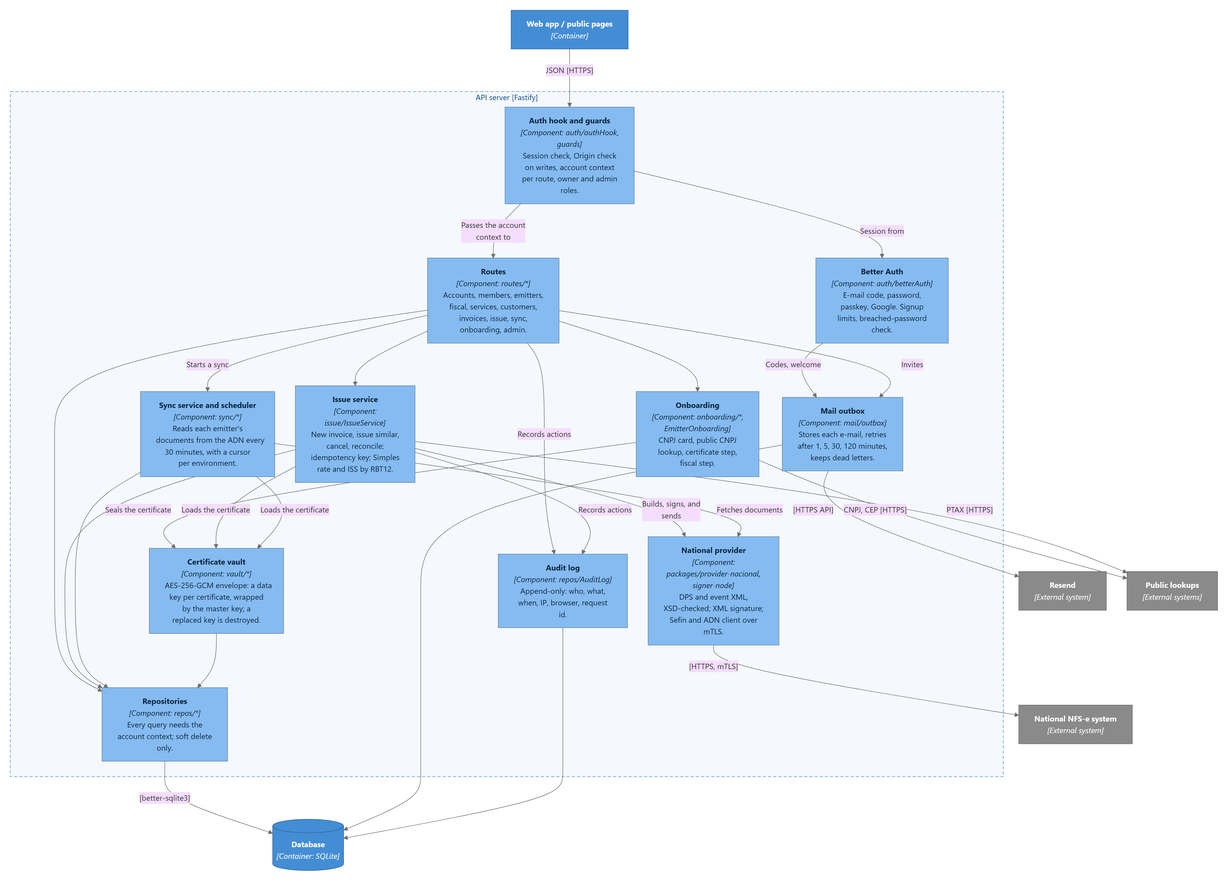
Before: docs/ENGINEERING/ARCHITECTURE/diagrams/c4-3-server-components.png, a diagram exported from Mermaid (Vapulab/notaflow). Its source is kept beside it as docs/ENGINEERING/ARCHITECTURE/diagrams/c4-3-server-components.mmd. The source it was exported from:
```mermaid
flowchart TB
  web["<b>Web app / public pages</b><br/><i>[Container]</i>"]

  subgraph boundary["API server [Fastify]"]
    direction TB
    authhook["<b>Auth hook and guards</b><br/><i>[Component: auth/authHook, guards]</i><br/>Session check, Origin check on writes, account context per route, owner and admin roles."]
    betterauth["<b>Better Auth</b><br/><i>[Component: auth/betterAuth]</i><br/>E-mail code, password, passkey, Google. Signup limits, breached-password check."]
    routes["<b>Routes</b><br/><i>[Component: routes/*]</i><br/>Accounts, members, emitters, fiscal, services, customers, invoices, issue, sync, onboarding, admin."]
    onboarding["<b>Onboarding</b><br/><i>[Component: onboarding/*, EmitterOnboarding]</i><br/>CNPJ card, public CNPJ lookup, certificate step, fiscal step."]
    issue["<b>Issue service</b><br/><i>[Component: issue/IssueService]</i><br/>New invoice, issue similar, cancel, reconcile; idempotency key; Simples rate and ISS by RBT12."]
    sync["<b>Sync service and scheduler</b><br/><i>[Component: sync/*]</i><br/>Reads each emitter's documents from the ADN every 30 minutes, with a cursor per environment."]
    vault["<b>Certificate vault</b><br/><i>[Component: vault/*]</i><br/>AES-256-GCM envelope: a data key per certificate, wrapped by the master key; a replaced key is destroyed."]
    provider["<b>National provider</b><br/><i>[Component: packages/provider-nacional, signer-node]</i><br/>DPS and event XML, XSD-checked; XML signature; Sefin and ADN client over mTLS."]
    repos["<b>Repositories</b><br/><i>[Component: repos/*]</i><br/>Every query needs the account context; soft delete only."]
    outbox["<b>Mail outbox</b><br/><i>[Component: mail/outbox]</i><br/>Stores each e-mail, retries after 1, 5, 30, 120 minutes, keeps dead letters."]
    audit["<b>Audit log</b><br/><i>[Component: repos/AuditLog]</i><br/>Append-only: who, what, when, IP, browser, request id."]
  end

  db[("<b>Database</b><br/><i>[Container: SQLite]</i>")]
  nacional["<b>National NFS-e system</b><br/><i>[External system]</i>"]
  resend["<b>Resend</b><br/><i>[External system]</i>"]
  lookups["<b>Public lookups</b><br/><i>[External systems]</i>"]

  web -- "JSON [HTTPS]" --> authhook
  authhook -- "Session from" --> betterauth
  authhook -- "Passes the account context to" --> routes
  routes --> onboarding
  routes --> issue
  routes -- "Starts a sync" --> sync
  onboarding -- "Seals the certificate" --> vault
  issue -- "Loads the certificate" --> vault
  sync -- "Loads the certificate" --> vault
  issue -- "Builds, signs, and sends" --> provider
  sync -- "Fetches documents" --> provider
  provider -- "[HTTPS, mTLS]" --> nacional
  onboarding -- "CNPJ, CEP [HTTPS]" --> lookups
  issue -- "PTAX [HTTPS]" --> lookups
  routes --> repos
  issue --> repos
  sync --> repos
  vault --> repos
  repos -- "[better-sqlite3]" --> db
  betterauth -- "Codes, welcome" --> outbox
  routes -- "Invites" --> outbox
  outbox -- "[HTTPS API]" --> resend
  outbox --> db
  routes -- "Records actions" --> audit
  issue -- "Records actions" --> audit
  audit --> db

  classDef person fill:#08427b,stroke:#052e56,color:#fff
  classDef container fill:#438dd5,stroke:#2e6295,color:#fff
  classDef component fill:#85bbf0,stroke:#5d82a8,color:#0b2540
  classDef external fill:#8a8a8a,stroke:#6b6b6b,color:#fff
  class web,db container
  class authhook,betterauth,routes,onboarding,issue,sync,vault,provider,repos,outbox,audit component
  class nacional,resend,lookups external
  style boundary fill:#f5f8fc,stroke:#438dd5,stroke-dasharray:6 4,color:#0b4884
```
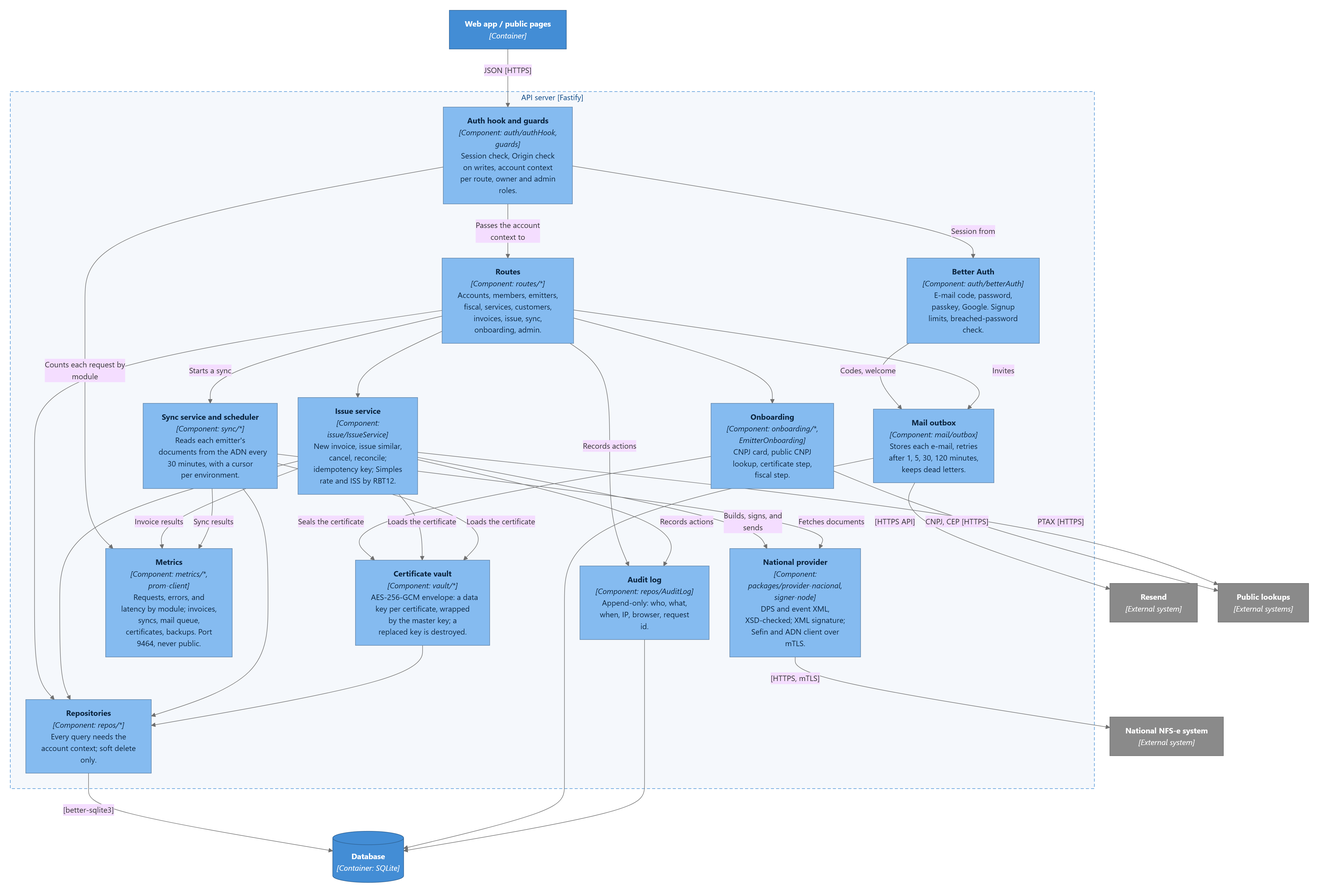
After the change.

What changed in the source:
```diff
@@ -13,6 +13,7 @@
     provider["<b>National provider</b><br/><i>[Component: packages/provider-nacional, signer-node]</i><br/>DPS and event XML, XSD-checked; XML signature; Sefin and ADN client over mTLS."]
     repos["<b>Repositories</b><br/><i>[Component: repos/*]</i><br/>Every query needs the account context; soft delete only."]
     outbox["<b>Mail outbox</b><br/><i>[Component: mail/outbox]</i><br/>Stores each e-mail, retries after 1, 5, 30, 120 minutes, keeps dead letters."]
+    metrics["<b>Metrics</b><br/><i>[Component: metrics/*, prom-client]</i><br/>Requests, errors, and latency by module; invoices, syncs, mail queue, certificates, backups. Port 9464, never public."]
     audit["<b>Audit log</b><br/><i>[Component: repos/AuditLog]</i><br/>Append-only: who, what, when, IP, browser, request id."]
   end
 
@@ -47,12 +48,15 @@
   routes -- "Records actions" --> audit
   issue -- "Records actions" --> audit
   audit --> db
+  authhook -- "Counts each request by module" --> metrics
+  issue -- "Invoice results" --> metrics
+  sync -- "Sync results" --> metrics
 
   classDef person fill:#08427b,stroke:#052e56,color:#fff
   classDef container fill:#438dd5,stroke:#2e6295,color:#fff
   classDef component fill:#85bbf0,stroke:#5d82a8,color:#0b2540
   classDef external fill:#8a8a8a,stroke:#6b6b6b,color:#fff
   class web,db container
-  class authhook,betterauth,routes,onboarding,issue,sync,vault,provider,repos,outbox,audit component
+  class authhook,betterauth,routes,onboarding,issue,sync,vault,provider,repos,outbox,audit,metrics component
   class nacional,resend,lookups external
   style boundary fill:#f5f8fc,stroke:#438dd5,stroke-dasharray:6 4,color:#0b4884
```
